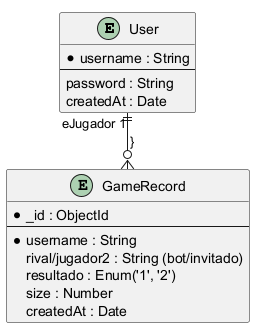
Before: images/database-schema.png, a diagram exported from PlantUML (Arquisoft/yovi_es2a).
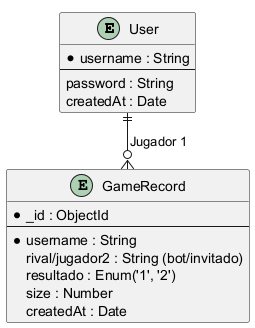
After the change.

Change to the diagram source:
```diff
@@ -15,5 +15,5 @@
   size : Number
   createdAt : Date
 }
-user ||--o{ game : "eJugador 1"}
+user ||--o{ game : "Jugador 1"
 @enduml
```
